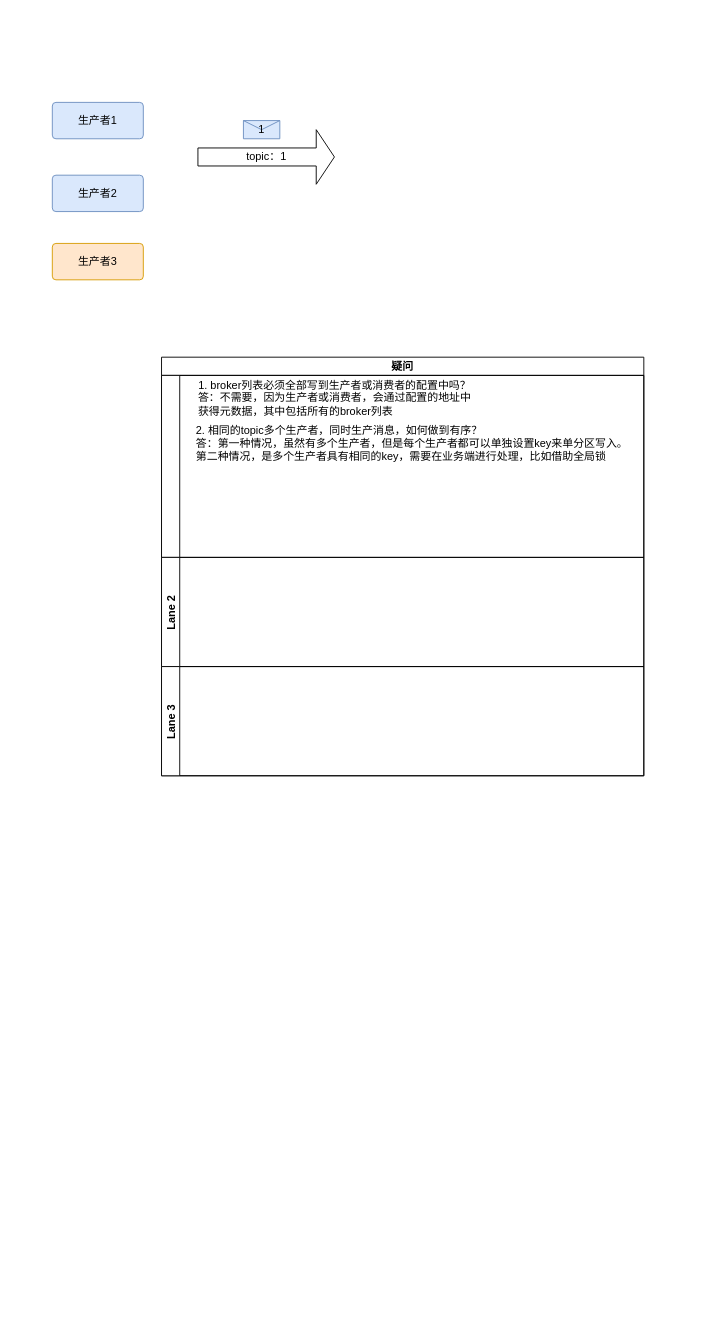
Earlier version of the draw.io diagram weixin/Validate/kafka消息传递图.drawio (Sycjyy/myshare). Source tidied: cells renumbered, new cells numbered last; positions are measured from the earlier drawing's top-left corner, leaving out a move shared by most shapes. Both pictures are drawn from the tidied source at 91%, with x=0, y=0 at pixel (52, 102).
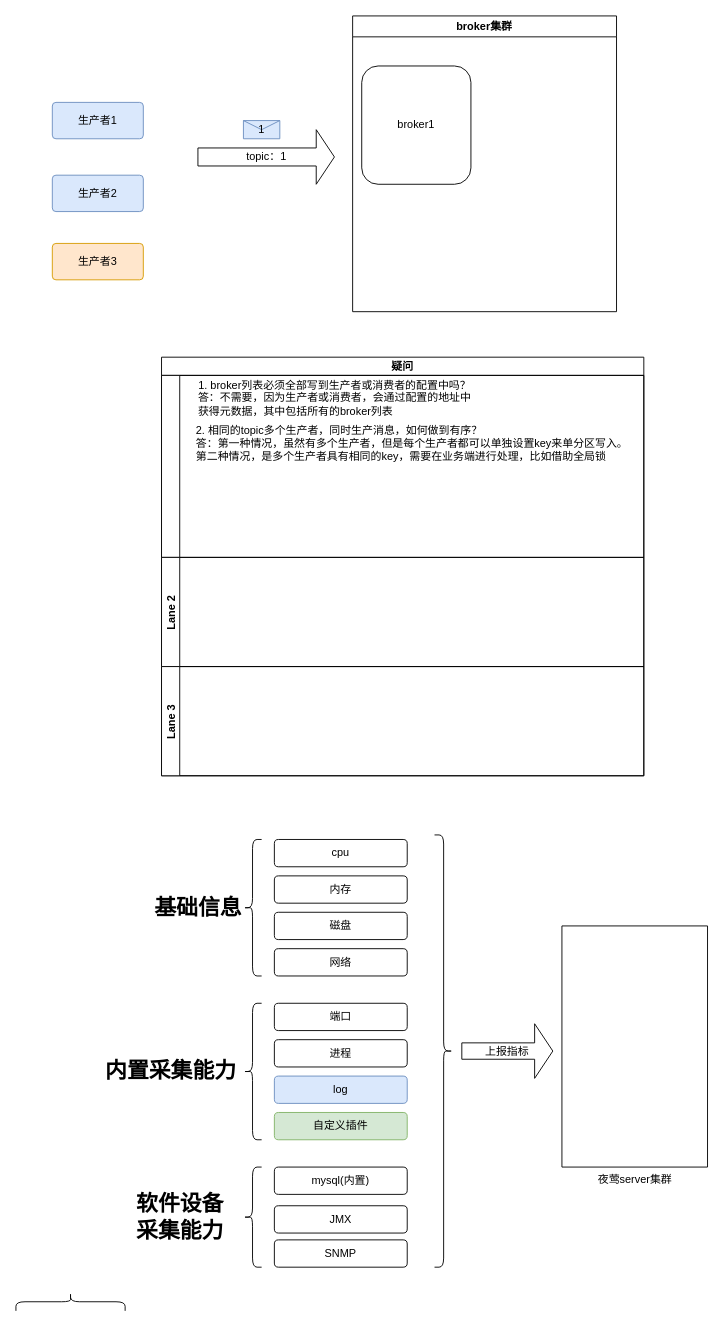
After the change.

Commit message:
更新kafka消息传递图.drawio

Diff of the diagram source:
```diff
@@
+    <mxCell id="13" value="broker集群" style="swimlane;align=center;" parent="1" vertex="1">
+      <mxGeometry x="330" y="-95" width="290" height="325" as="geometry" />
+    </mxCell>
+    <mxCell id="14" value="broker1" style="rounded=1;whiteSpace=wrap;html=1;align=center;" parent="1" vertex="1">
+      <mxGeometry x="340" y="-40" width="120" height="130" as="geometry" />
+    </mxCell>
+    <mxCell id="15" style="shape=curlyBracket;whiteSpace=wrap;html=1;rounded=1;align=center;" parent="1" vertex="1">
+      <mxGeometry x="210" y="810" width="20" height="150" as="geometry" />
+    </mxCell>
+    <mxCell id="16" value="cpu" style="whiteSpace=wrap;html=1;rounded=1;" parent="1" vertex="1">
+      <mxGeometry x="244" y="810" width="146" height="30" as="geometry" />
+    </mxCell>
+    <mxCell id="17" value="内存" style="whiteSpace=wrap;html=1;rounded=1;" parent="1" vertex="1">
+      <mxGeometry x="244" y="850" width="146" height="30" as="geometry" />
+    </mxCell>
+    <mxCell id="18" value="磁盘" style="whiteSpace=wrap;html=1;rounded=1;" parent="1" vertex="1">
+      <mxGeometry x="244" y="890" width="146" height="30" as="geometry" />
+    </mxCell>
+    <mxCell id="19" value="基础信息" style="text;strokeColor=none;fillColor=none;html=1;fontSize=24;fontStyle=1;verticalAlign=middle;align=center;" parent="1" vertex="1">
+      <mxGeometry x="110" y="865" width="100" height="40" as="geometry" />
+    </mxCell>
+    <mxCell id="20" value="网络" style="whiteSpace=wrap;html=1;rounded=1;" parent="1" vertex="1">
+      <mxGeometry x="244" y="930" width="146" height="30" as="geometry" />
+    </mxCell>
+    <mxCell id="21" value="内置采集能力" style="text;strokeColor=none;fillColor=none;html=1;fontSize=24;fontStyle=1;verticalAlign=middle;align=center;" parent="1" vertex="1">
+      <mxGeometry x="50" y="1047.5" width="160" height="35" as="geometry" />
+    </mxCell>
+    <mxCell id="22" style="shape=curlyBracket;whiteSpace=wrap;html=1;rounded=1;align=center;" parent="1" vertex="1">
+      <mxGeometry x="210" y="990" width="20" height="150" as="geometry" />
+    </mxCell>
+    <mxCell id="23" value="端口" style="whiteSpace=wrap;html=1;rounded=1;" parent="1" vertex="1">
+      <mxGeometry x="244" y="990" width="146" height="30" as="geometry" />
+    </mxCell>
+    <mxCell id="24" value="进程" style="whiteSpace=wrap;html=1;rounded=1;" parent="1" vertex="1">
+      <mxGeometry x="244" y="1030" width="146" height="30" as="geometry" />
+    </mxCell>
+    <mxCell id="25" value="log" style="whiteSpace=wrap;html=1;rounded=1;fillColor=#dae8fc;strokeColor=#6c8ebf;" parent="1" vertex="1">
+      <mxGeometry x="244" y="1070" width="146" height="30" as="geometry" />
+    </mxCell>
+    <mxCell id="26" value="自定义插件" style="whiteSpace=wrap;html=1;rounded=1;fillColor=#d5e8d4;strokeColor=#82b366;" parent="1" vertex="1">
+      <mxGeometry x="244" y="1110" width="146" height="30" as="geometry" />
+    </mxCell>
+    <mxCell id="27" value="软件设备&lt;br&gt;采集能力" style="text;strokeColor=none;fillColor=none;html=1;fontSize=24;fontStyle=1;verticalAlign=middle;align=center;" parent="1" vertex="1">
+      <mxGeometry x="80" y="1192.5" width="120" height="65" as="geometry" />
+    </mxCell>
+    <mxCell id="28" style="shape=curlyBracket;whiteSpace=wrap;html=1;rounded=1;align=center;" parent="1" vertex="1">
+      <mxGeometry x="210" y="1170" width="20" height="110" as="geometry" />
+    </mxCell>
+    <mxCell id="29" value="mysql(内置)" style="whiteSpace=wrap;html=1;rounded=1;" parent="1" vertex="1">
+      <mxGeometry x="244" y="1170" width="146" height="30" as="geometry" />
+    </mxCell>
+    <mxCell id="30" value="JMX" style="whiteSpace=wrap;html=1;rounded=1;" parent="1" vertex="1">
+      <mxGeometry x="244" y="1212.5" width="146" height="30" as="geometry" />
+    </mxCell>
+    <mxCell id="31" value="SNMP" style="whiteSpace=wrap;html=1;rounded=1;" parent="1" vertex="1">
+      <mxGeometry x="244" y="1250" width="146" height="30" as="geometry" />
+    </mxCell>
+    <mxCell id="32" style="shape=curlyBracket;whiteSpace=wrap;html=1;rounded=1;flipH=1;align=center;" parent="1" vertex="1">
+      <mxGeometry x="420" y="805" width="20" height="475" as="geometry" />
+    </mxCell>
+    <mxCell id="33" value="上报指标" style="shape=singleArrow;whiteSpace=wrap;html=1;align=center;" parent="1" vertex="1">
+      <mxGeometry x="450" y="1012.5" width="100" height="60" as="geometry" />
+    </mxCell>
+    <mxCell id="34" value="夜莺server集群" style="verticalLabelPosition=bottom;verticalAlign=top;html=1;shape=mxgraph.basic.rect;fillColor2=none;strokeWidth=1;size=20;indent=5;" parent="1" vertex="1">
+      <mxGeometry x="560" y="905" width="160" height="265" as="geometry" />
+    </mxCell>
+    <mxCell id="35" style="shape=curlyBracket;whiteSpace=wrap;html=1;rounded=1;align=center;rotation=90;" parent="1" vertex="1">
+      <mxGeometry x="10" y="1258" width="20" height="120" as="geometry" />
+    </mxCell>
```
